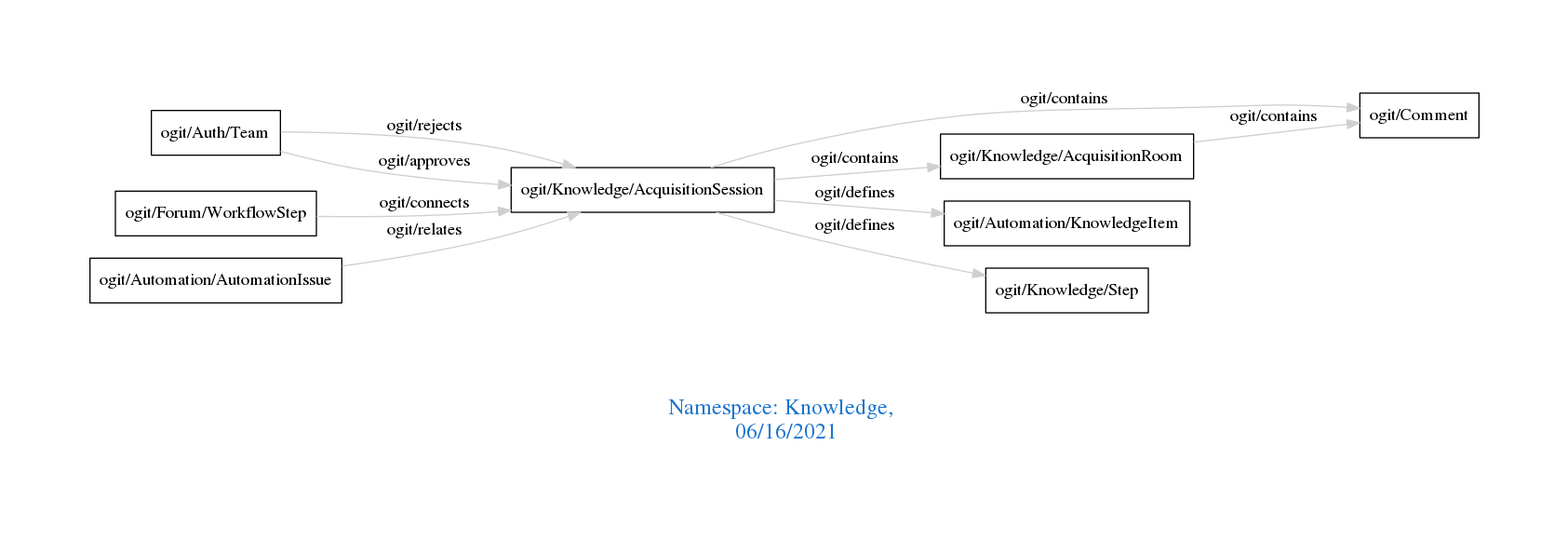
Above: downloads/Knowledge.png in arago/OGIT (Graphviz), before the change. Its source is kept beside it as downloads/Knowledge.dot. Source of this version:
```dot
digraph OGIT_ontology {
 graph [ rankdir= LR,pad=1
fontsize = 18,
fontcolor= dodgerblue3,label = "\n\n\nNamespace: Knowledge, \n 06/16/2021"];
node[shape=polygon];
edge [  color="gray81"];

   "ogit/Knowledge/AcquisitionRoom" -> "ogit/Comment" [label="   ogit/contains    "];
   "ogit/Knowledge/AcquisitionSession" -> "ogit/Comment" [label="   ogit/contains    "];
   "ogit/Knowledge/AcquisitionSession" -> "ogit/Knowledge/AcquisitionRoom" [label="   ogit/contains    "];
   "ogit/Knowledge/AcquisitionSession" -> "ogit/Automation/KnowledgeItem" [label="   ogit/defines    "];
   "ogit/Knowledge/AcquisitionSession" -> "ogit/Knowledge/Step" [label="   ogit/defines    "];
   "ogit/Auth/Team" -> "ogit/Knowledge/AcquisitionSession" [label="   ogit/rejects    "];
   "ogit/Forum/WorkflowStep" -> "ogit/Knowledge/AcquisitionSession" [label="   ogit/connects    "];
   "ogit/Auth/Team" -> "ogit/Knowledge/AcquisitionSession" [label="   ogit/approves    "];
   "ogit/Automation/AutomationIssue" -> "ogit/Knowledge/AcquisitionSession" [label="   ogit/relates    "];
}
```
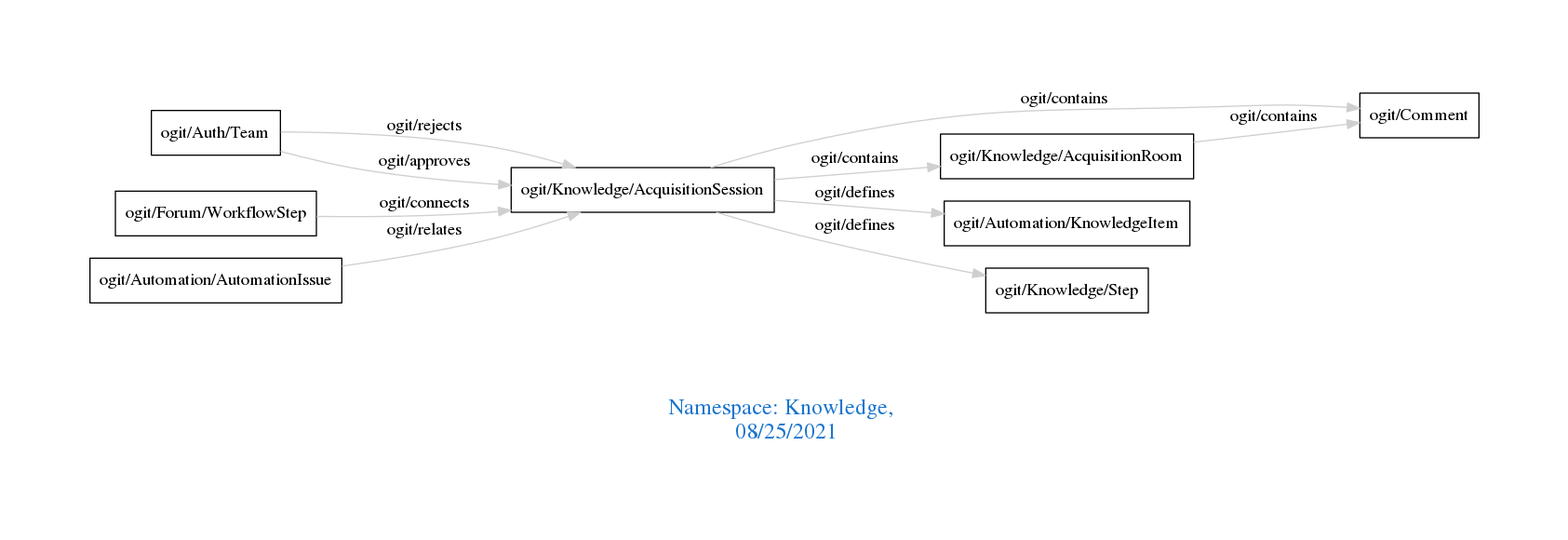
After the commit.

The edit, as a diff of the source:
```diff
@@ -1,7 +1,7 @@
 digraph OGIT_ontology {
  graph [ rankdir= LR,pad=1
 fontsize = 18,
-fontcolor= dodgerblue3,label = "\n\n\nNamespace: Knowledge, \n 06/16/2021"];
+fontcolor= dodgerblue3,label = "\n\n\nNamespace: Knowledge, \n 08/25/2021"];
 node[shape=polygon];
 edge [  color="gray81"];
 
```
